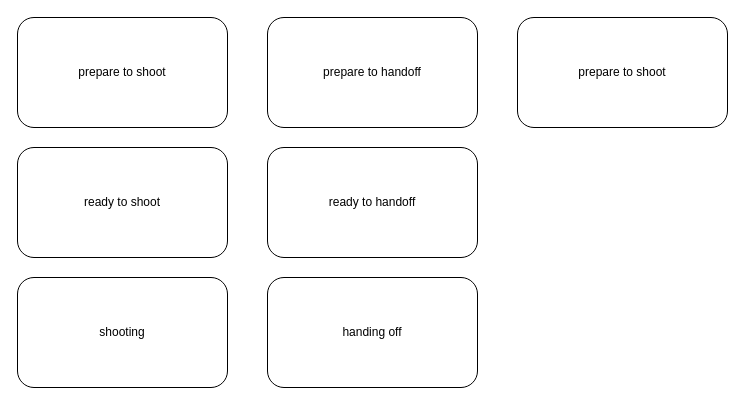
Above: RobotShooterStates.drawio in Miles-K/firstgame (draw.io), before the change. Source tidied: cells renumbered, new cells numbered last; positions are measured from the earlier drawing's top-left corner, leaving out a move shared by most shapes. Both pictures are drawn from the tidied source at 100%, with x=0, y=0 at pixel (17, 17).
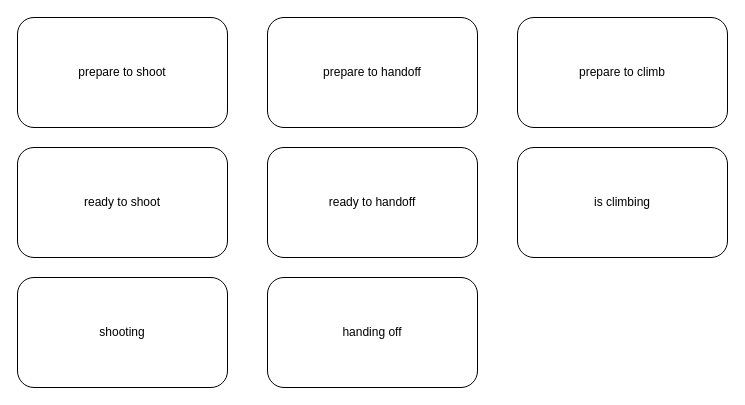
The same diagram, later.

The edit, as a diff of the source:
```diff
@@
 <mxGraphModel>
   <root>
     <mxCell id="0" />
     <mxCell id="1" parent="0" />
     <mxCell id="2" value="prepare to shoot" style="rounded=1;whiteSpace=wrap;html=1;" parent="1" vertex="1">
       <mxGeometry width="210" height="110" as="geometry" />
     </mxCell>
     <mxCell id="3" value="ready to shoot" style="rounded=1;whiteSpace=wrap;html=1;" parent="1" vertex="1">
       <mxGeometry y="130" width="210" height="110" as="geometry" />
     </mxCell>
     <mxCell id="4" value="shooting" style="rounded=1;whiteSpace=wrap;html=1;" parent="1" vertex="1">
       <mxGeometry y="260" width="210" height="110" as="geometry" />
     </mxCell>
     <mxCell id="5" value="prepare to handoff" style="rounded=1;whiteSpace=wrap;html=1;" parent="1" vertex="1">
       <mxGeometry x="250" width="210" height="110" as="geometry" />
     </mxCell>
     <mxCell id="6" value="ready to handoff" style="rounded=1;whiteSpace=wrap;html=1;" parent="1" vertex="1">
       <mxGeometry x="250" y="130" width="210" height="110" as="geometry" />
     </mxCell>
     <mxCell id="7" value="handing off" style="rounded=1;whiteSpace=wrap;html=1;" parent="1" vertex="1">
       <mxGeometry x="250" y="260" width="210" height="110" as="geometry" />
     </mxCell>
-    <mxCell id="8" value="prepare to shoot" style="rounded=1;whiteSpace=wrap;html=1;" parent="1" vertex="1">
+    <mxCell id="8" value="prepare to climb" style="rounded=1;whiteSpace=wrap;html=1;" parent="1" vertex="1">
       <mxGeometry x="500" width="210" height="110" as="geometry" />
     </mxCell>
+    <mxCell id="9" value="is climbing" style="rounded=1;whiteSpace=wrap;html=1;" parent="1" vertex="1">
+      <mxGeometry x="500" y="130" width="210" height="110" as="geometry" />
+    </mxCell>
   </root>
 </mxGraphModel>
```
